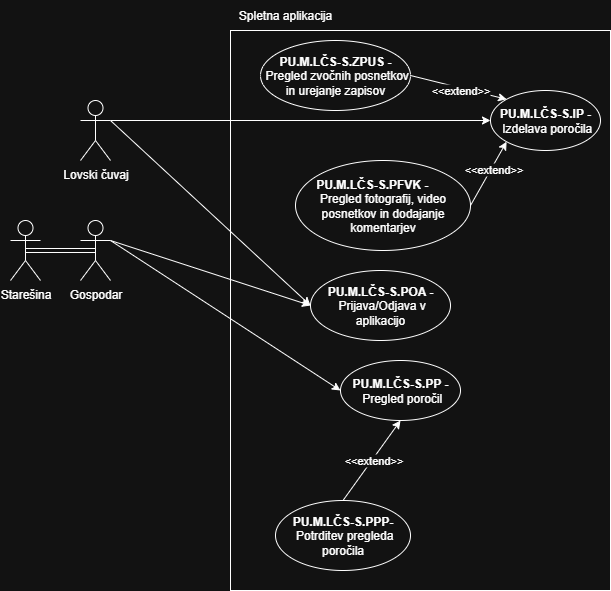
The draw.io diagram Lovski cuvaj-Spletna aplikacija.drawio.png in ErnestISv/Lovstvo, before a commit. Source tidied: cells renumbered, new cells last; positions are measured from the earlier drawing's top-left corner, leaving out a move shared by most shapes.
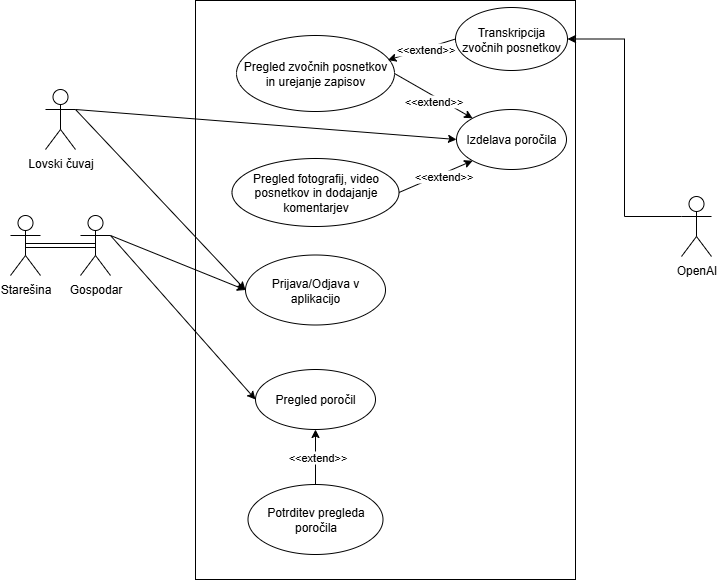
Above is the later version.

What changed in the source:
```diff
@@ -3,43 +3,40 @@
     <mxCell id="0" />
     <mxCell id="1" parent="0" />
     <mxCell id="2" style="rounded=0;whiteSpace=wrap;html=1;" parent="1" vertex="1">
-      <mxGeometry x="220" y="30" width="380" height="560" as="geometry" />
+      <mxGeometry x="220" y="11" width="380" height="579" as="geometry" />
     </mxCell>
     <mxCell id="3" value="Lovski čuvaj" style="shape=umlActor;verticalLabelPosition=bottom;verticalAlign=top;html=1;outlineConnect=0;" parent="1" vertex="1">
       <mxGeometry x="70" y="100" width="30" height="60" as="geometry" />
     </mxCell>
     <mxCell id="4" value="Starešina" style="shape=umlActor;verticalLabelPosition=bottom;verticalAlign=top;html=1;outlineConnect=0;" parent="1" vertex="1">
-      <mxGeometry y="220" width="30" height="60" as="geometry" />
+      <mxGeometry x="35" y="226" width="30" height="60" as="geometry" />
     </mxCell>
     <mxCell id="5" value="Gospodar" style="shape=umlActor;verticalLabelPosition=bottom;verticalAlign=top;html=1;outlineConnect=0;" parent="1" vertex="1">
-      <mxGeometry x="70" y="220" width="30" height="60" as="geometry" />
+      <mxGeometry x="105" y="226" width="30" height="60" as="geometry" />
     </mxCell>
-    <mxCell id="6" value="&lt;div&gt;&lt;span style=&quot;background-color: transparent;&quot;&gt;&lt;b&gt;PU.M.LČS-S&lt;/b&gt;&lt;/span&gt;&lt;span style=&quot;background-color: transparent;&quot;&gt;&lt;b&gt;.IP -&amp;nbsp;&lt;/b&gt;&lt;/span&gt;&lt;span style=&quot;background-color: transparent; color: light-dark(rgb(0, 0, 0), rgb(255, 255, 255));&quot;&gt;Izdelava poročila&lt;/span&gt;&lt;/div&gt;" style="ellipse;whiteSpace=wrap;html=1;" parent="1" vertex="1">
-      <mxGeometry x="480" y="90" width="110" height="60" as="geometry" />
+    <mxCell id="6" value="&lt;div&gt;&lt;span style=&quot;background-color: transparent; color: light-dark(rgb(0, 0, 0), rgb(255, 255, 255));&quot;&gt;Izdelava poročila&lt;/span&gt;&lt;/div&gt;" style="ellipse;whiteSpace=wrap;html=1;" parent="1" vertex="1">
+      <mxGeometry x="481" y="120" width="110" height="60" as="geometry" />
     </mxCell>
     <mxCell id="7" style="endArrow=classic;html=1;rounded=0;exitX=1;exitY=0.3333333333333333;exitDx=0;exitDy=0;exitPerimeter=0;entryX=0;entryY=0.5;entryDx=0;entryDy=0;" parent="1" edge="1" source="3" target="6">
       <mxGeometry relative="1" as="geometry" />
     </mxCell>
-    <mxCell id="8" value="&lt;div&gt;&lt;span style=&quot;background-color: transparent;&quot;&gt;&lt;b&gt;PU.M.LČS-S&lt;/b&gt;&lt;/span&gt;&lt;span style=&quot;background-color: transparent;&quot;&gt;&lt;b&gt;.PP -&amp;nbsp;&lt;/b&gt;&lt;/span&gt;&lt;span style=&quot;background-color: transparent; color: light-dark(rgb(0, 0, 0), rgb(255, 255, 255));&quot;&gt;Pregled poročil&lt;/span&gt;&lt;/div&gt;" style="ellipse;whiteSpace=wrap;html=1;" parent="1" vertex="1">
-      <mxGeometry x="330" y="360" width="120" height="60" as="geometry" />
+    <mxCell id="8" value="&lt;div&gt;&lt;span style=&quot;background-color: transparent; color: light-dark(rgb(0, 0, 0), rgb(255, 255, 255));&quot;&gt;Pregled poročil&lt;/span&gt;&lt;/div&gt;" style="ellipse;whiteSpace=wrap;html=1;" parent="1" vertex="1">
+      <mxGeometry x="280" y="380" width="120" height="60" as="geometry" />
     </mxCell>
     <mxCell id="9" style="endArrow=classic;html=1;rounded=0;exitX=1;exitY=0.3333333333333333;exitDx=0;exitDy=0;exitPerimeter=0;entryX=0;entryY=0.5;entryDx=0;entryDy=0;" parent="1" edge="1" source="5" target="8">
       <mxGeometry relative="1" as="geometry" />
     </mxCell>
-    <mxCell id="10" value="&lt;div&gt;&lt;span style=&quot;background-color: transparent;&quot;&gt;&lt;b&gt;PU.M.LČS-S&lt;/b&gt;&lt;/span&gt;&lt;span style=&quot;background-color: transparent;&quot;&gt;&lt;b&gt;.PPP-&amp;nbsp;&lt;/b&gt;&lt;/span&gt;&lt;span style=&quot;background-color: transparent; color: light-dark(rgb(0, 0, 0), rgb(255, 255, 255));&quot;&gt;Potrditev pregleda poročila&lt;/span&gt;&lt;/div&gt;" style="ellipse;whiteSpace=wrap;html=1;" parent="1" vertex="1">
-      <mxGeometry x="265" y="500" width="135" height="70" as="geometry" />
+    <mxCell id="10" value="&lt;div&gt;&lt;span style=&quot;background-color: transparent; color: light-dark(rgb(0, 0, 0), rgb(255, 255, 255));&quot;&gt;Potrditev pregleda poročila&lt;/span&gt;&lt;/div&gt;" style="ellipse;whiteSpace=wrap;html=1;" parent="1" vertex="1">
+      <mxGeometry x="272.5" y="495" width="135" height="70" as="geometry" />
     </mxCell>
-    <mxCell id="11" value="Spletna aplikacija" style="text;html=1;align=center;verticalAlign=middle;whiteSpace=wrap;rounded=0;" parent="1" vertex="1">
-      <mxGeometry x="220" width="110" height="30" as="geometry" />
-    </mxCell>
-    <mxCell id="12" value="&lt;div&gt;&lt;span style=&quot;background-color: transparent;&quot;&gt;&lt;b&gt;PU.M.LČS-S&lt;/b&gt;&lt;/span&gt;&lt;span style=&quot;background-color: transparent;&quot;&gt;&lt;b&gt;.POA -&amp;nbsp;&lt;/b&gt;&lt;/span&gt;&lt;span style=&quot;background-color: transparent; color: light-dark(rgb(0, 0, 0), rgb(255, 255, 255));&quot;&gt;Prijava/Odjava v aplikacijo&lt;/span&gt;&lt;/div&gt;" style="ellipse;whiteSpace=wrap;html=1;" parent="1" vertex="1">
-      <mxGeometry x="300" y="270" width="140" height="70" as="geometry" />
+    <mxCell id="12" value="&lt;div&gt;&lt;span style=&quot;background-color: transparent; color: light-dark(rgb(0, 0, 0), rgb(255, 255, 255));&quot;&gt;Prijava/Odjava v aplikacijo&lt;/span&gt;&lt;/div&gt;" style="ellipse;whiteSpace=wrap;html=1;" parent="1" vertex="1">
+      <mxGeometry x="270" y="265.5" width="140" height="70" as="geometry" />
     </mxCell>
-    <mxCell id="13" value="&lt;div&gt;&lt;span style=&quot;background-color: transparent;&quot;&gt;&lt;b&gt;PU.M.LČS-S&lt;/b&gt;&lt;/span&gt;&lt;span style=&quot;background-color: transparent;&quot;&gt;&lt;b&gt;.PFVK -&lt;span style=&quot;white-space: pre;&quot;&gt;&#9;&lt;/span&gt;&lt;/b&gt;&lt;/span&gt;&lt;/div&gt;&lt;div&gt;&lt;span style=&quot;background-color: transparent; color: light-dark(rgb(0, 0, 0), rgb(255, 255, 255));&quot;&gt;Pregled fotografij, video posnetkov in dodajanje komentarjev&lt;/span&gt;&lt;/div&gt;" style="ellipse;whiteSpace=wrap;html=1;" parent="1" vertex="1">
-      <mxGeometry x="285" y="160" width="175" height="90" as="geometry" />
+    <mxCell id="13" value="&lt;div&gt;&lt;span style=&quot;background-color: transparent; color: light-dark(rgb(0, 0, 0), rgb(255, 255, 255));&quot;&gt;Pregled fotografij, video posnetkov in dodajanje komentarjev&lt;/span&gt;&lt;/div&gt;" style="ellipse;whiteSpace=wrap;html=1;" parent="1" vertex="1">
+      <mxGeometry x="256.5" y="169" width="167" height="68" as="geometry" />
     </mxCell>
-    <mxCell id="14" value="&lt;div&gt;&lt;span style=&quot;background-color: transparent;&quot;&gt;&lt;b&gt;PU.M.LČS-S&lt;/b&gt;&lt;/span&gt;&lt;span style=&quot;background-color: transparent;&quot;&gt;&lt;b&gt;.ZPUS -&amp;nbsp;&lt;/b&gt;&lt;/span&gt;&lt;span style=&quot;background-color: transparent; color: light-dark(rgb(0, 0, 0), rgb(255, 255, 255));&quot;&gt;Pregled zvočnih posnetkov in urejanje zapisov&lt;/span&gt;&lt;/div&gt;" style="ellipse;whiteSpace=wrap;html=1;" parent="1" vertex="1">
-      <mxGeometry x="250" y="40" width="150" height="70" as="geometry" />
+    <mxCell id="14" value="&lt;div&gt;&lt;span style=&quot;background-color: transparent; color: light-dark(rgb(0, 0, 0), rgb(255, 255, 255));&quot;&gt;Pregled zvočnih posnetkov in urejanje zapisov&lt;/span&gt;&lt;/div&gt;" style="ellipse;whiteSpace=wrap;html=1;" parent="1" vertex="1">
+      <mxGeometry x="261" y="46" width="158" height="76" as="geometry" />
     </mxCell>
     <mxCell id="15" style="endArrow=classic;html=1;rounded=0;exitX=1;exitY=0.3333333333333333;exitDx=0;exitDy=0;exitPerimeter=0;entryX=0;entryY=0.5;entryDx=0;entryDy=0;" parent="1" edge="1" source="5" target="12">
       <mxGeometry relative="1" as="geometry" />
@@ -70,5 +67,20 @@
     <mxCell id="23" style="endArrow=classic;html=1;rounded=0;exitX=1;exitY=0.3333333333333333;exitDx=0;exitDy=0;exitPerimeter=0;entryX=0;entryY=0.5;entryDx=0;entryDy=0;" parent="1" edge="1" source="3" target="12">
       <mxGeometry relative="1" as="geometry" />
     </mxCell>
+    <mxCell id="24" value="&lt;div&gt;&lt;span style=&quot;background-color: transparent; color: light-dark(rgb(0, 0, 0), rgb(255, 255, 255));&quot;&gt;Transkripcija zvočnih posnetkov&lt;/span&gt;&lt;/div&gt;" style="ellipse;whiteSpace=wrap;html=1;" parent="1" vertex="1">
+      <mxGeometry x="480" y="18" width="112" height="63" as="geometry" />
+    </mxCell>
+    <mxCell id="25" style="endArrow=classic;html=1;rounded=0;entryX=0.958;entryY=0.324;entryDx=0;entryDy=0;exitX=0;exitY=0.5;exitDx=0;exitDy=0;entryPerimeter=0;" parent="1" edge="1" source="24" target="14">
+      <mxGeometry relative="1" as="geometry" />
+    </mxCell>
+    <mxCell id="26" value="&amp;lt;&amp;lt;extend&amp;gt;&amp;gt;" style="edgeLabel;html=1;align=center;verticalAlign=middle;" parent="25" vertex="1">
+      <mxGeometry x="-0.09" relative="1" as="geometry" />
+    </mxCell>
+    <mxCell id="27" style="edgeStyle=orthogonalEdgeStyle;rounded=0;jettySize=auto;html=1;exitX=0;exitY=0.3333333333333333;exitDx=0;exitDy=0;exitPerimeter=0;entryX=1;entryY=0.5;entryDx=0;entryDy=0;" parent="1" edge="1" source="28" target="24">
+      <mxGeometry relative="1" as="geometry" />
+    </mxCell>
+    <mxCell id="28" value="OpenAI" style="shape=umlActor;verticalLabelPosition=bottom;verticalAlign=top;html=1;outlineConnect=0;" parent="1" vertex="1">
+      <mxGeometry x="706" y="207" width="30" height="60" as="geometry" />
+    </mxCell>
   </root>
 </mxGraphModel>
```
